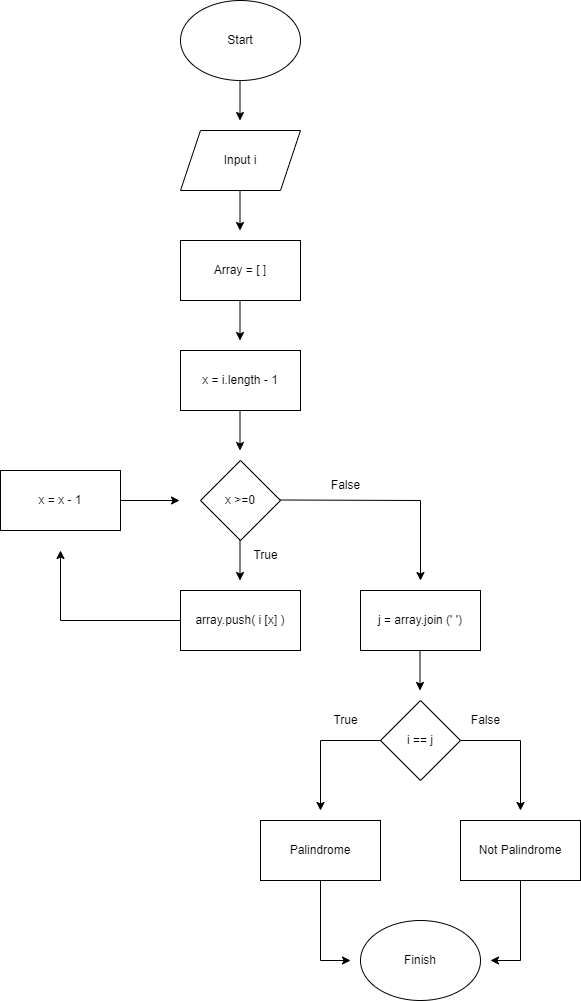
Before: Task 1 A - FlowchartPalindrome.png, a diagram exported from draw.io (aberizuki/Week-2---JavaScript). Source tidied: cells renumbered, new cells last; positions are measured from the earlier drawing's top-left corner, leaving out a move shared by most shapes.
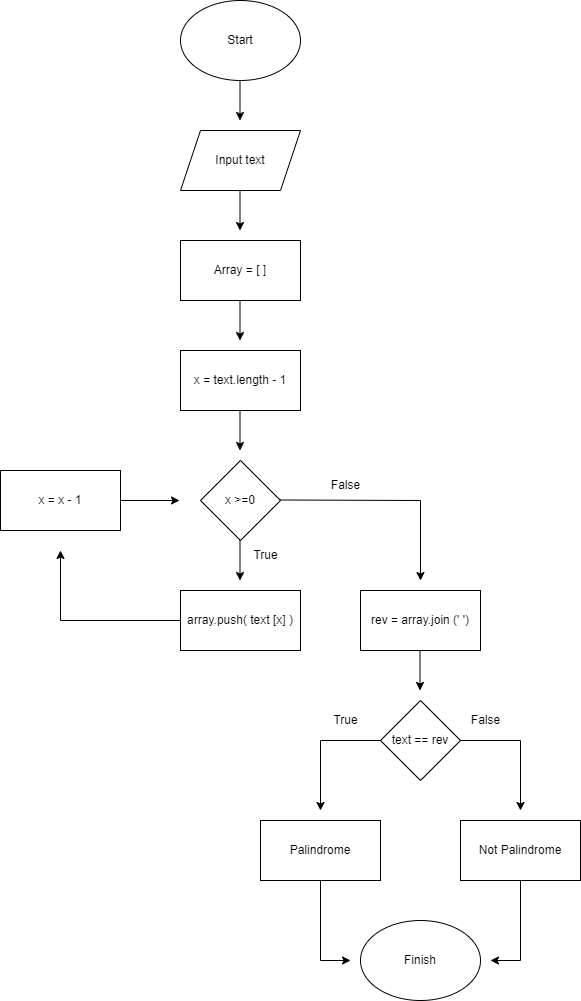
After the commit.

Change to the diagram source:
```diff
@@ -5,13 +5,13 @@
     <mxCell id="2" value="Start" style="ellipse;whiteSpace=wrap;html=1;" parent="1" vertex="1">
       <mxGeometry x="180" width="120" height="80" as="geometry" />
     </mxCell>
-    <mxCell id="3" value="Input i" style="shape=parallelogram;perimeter=parallelogramPerimeter;whiteSpace=wrap;html=1;fixedSize=1;" parent="1" vertex="1">
+    <mxCell id="3" value="Input text" style="shape=parallelogram;perimeter=parallelogramPerimeter;whiteSpace=wrap;html=1;fixedSize=1;" parent="1" vertex="1">
       <mxGeometry x="180" y="130" width="120" height="60" as="geometry" />
     </mxCell>
     <mxCell id="4" value="Array = [ ]" style="rounded=0;whiteSpace=wrap;html=1;" parent="1" vertex="1">
       <mxGeometry x="180" y="240" width="120" height="60" as="geometry" />
     </mxCell>
-    <mxCell id="5" value="x = i.length - 1" style="rounded=0;whiteSpace=wrap;html=1;" parent="1" vertex="1">
+    <mxCell id="5" value="x = text.length - 1" style="rounded=0;whiteSpace=wrap;html=1;" parent="1" vertex="1">
       <mxGeometry x="180" y="350" width="120" height="60" as="geometry" />
     </mxCell>
     <mxCell id="6" value="x &amp;gt;=0" style="rhombus;whiteSpace=wrap;html=1;" parent="1" vertex="1">
@@ -47,7 +47,7 @@
         <mxPoint x="239.5" y="580" as="targetPoint" />
       </mxGeometry>
     </mxCell>
-    <mxCell id="12" value="array.push( i [x] )" style="rounded=0;whiteSpace=wrap;html=1;" parent="1" vertex="1">
+    <mxCell id="12" value="array.push( text [x] )" style="rounded=0;whiteSpace=wrap;html=1;" parent="1" vertex="1">
       <mxGeometry x="180" y="590" width="120" height="60" as="geometry" />
     </mxCell>
     <mxCell id="13" style="endArrow=classic;html=1;rounded=0;exitX=0;exitY=0.5;exitDx=0;exitDy=0;" parent="1" edge="1" source="12">
@@ -81,7 +81,7 @@
     <mxCell id="18" value="False" style="text;html=1;align=center;verticalAlign=middle;strokeColor=none;fillColor=none;" parent="1" vertex="1">
       <mxGeometry x="320" y="470" width="50" height="30" as="geometry" />
     </mxCell>
-    <mxCell id="19" value="j = array.join (' ')" style="rounded=0;whiteSpace=wrap;html=1;" parent="1" vertex="1">
+    <mxCell id="19" value="rev = array.join (' ')" style="rounded=0;whiteSpace=wrap;html=1;" parent="1" vertex="1">
       <mxGeometry x="360" y="590" width="120" height="60" as="geometry" />
     </mxCell>
     <mxCell id="20" style="endArrow=classic;html=1;rounded=0;" parent="1" edge="1">
@@ -90,7 +90,7 @@
         <mxPoint x="419.5" y="690" as="targetPoint" />
       </mxGeometry>
     </mxCell>
-    <mxCell id="21" value="i == j" style="rhombus;whiteSpace=wrap;html=1;" parent="1" vertex="1">
+    <mxCell id="21" value="text == rev" style="rhombus;whiteSpace=wrap;html=1;" parent="1" vertex="1">
       <mxGeometry x="380" y="700" width="80" height="80" as="geometry" />
     </mxCell>
     <mxCell id="22" style="endArrow=classic;html=1;rounded=0;exitX=1;exitY=0.5;exitDx=0;exitDy=0;" parent="1" edge="1">
```
